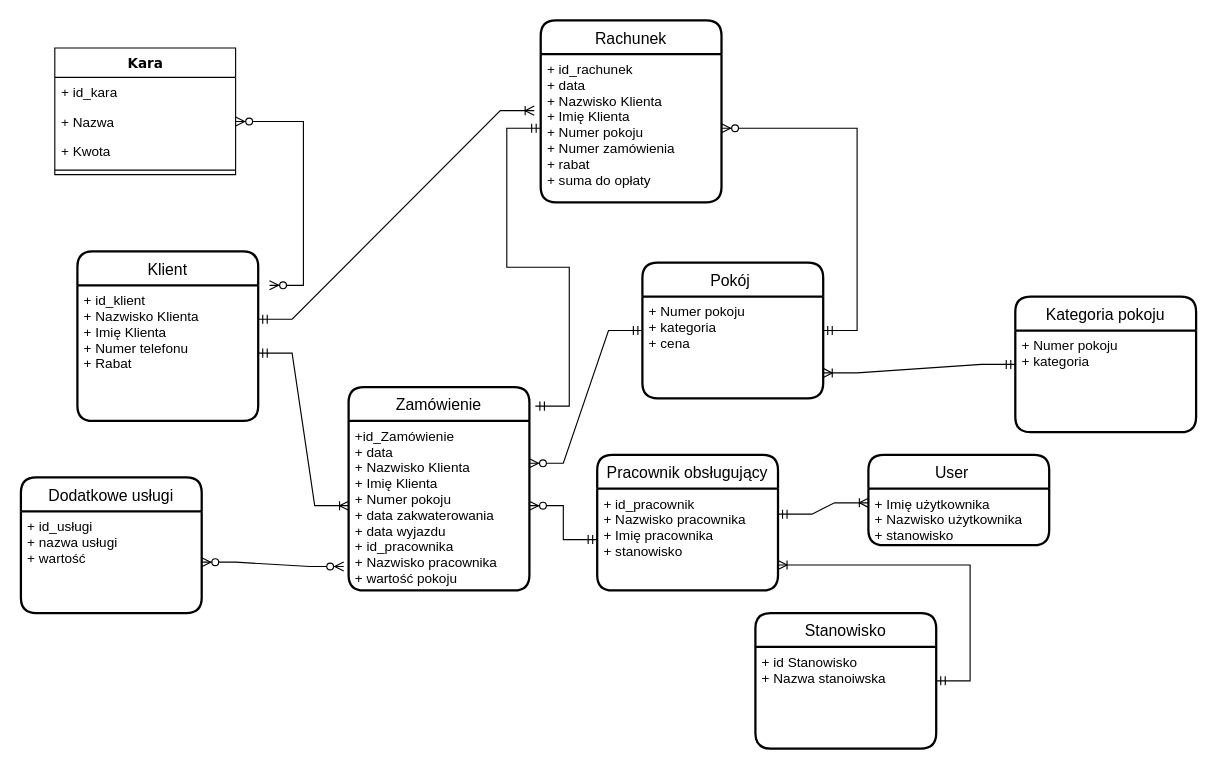
DemskyiDm/Horyzont keeps this draw.io diagram as Hotel California.drawio. Above is the earlier version. Source tidied: cells renumbered, new cells numbered last; positions are measured from the earlier drawing's top-left corner, leaving out a move shared by most shapes. Both pictures are drawn from the tidied source at 113%, with x=0, y=0 at pixel (20, 20).
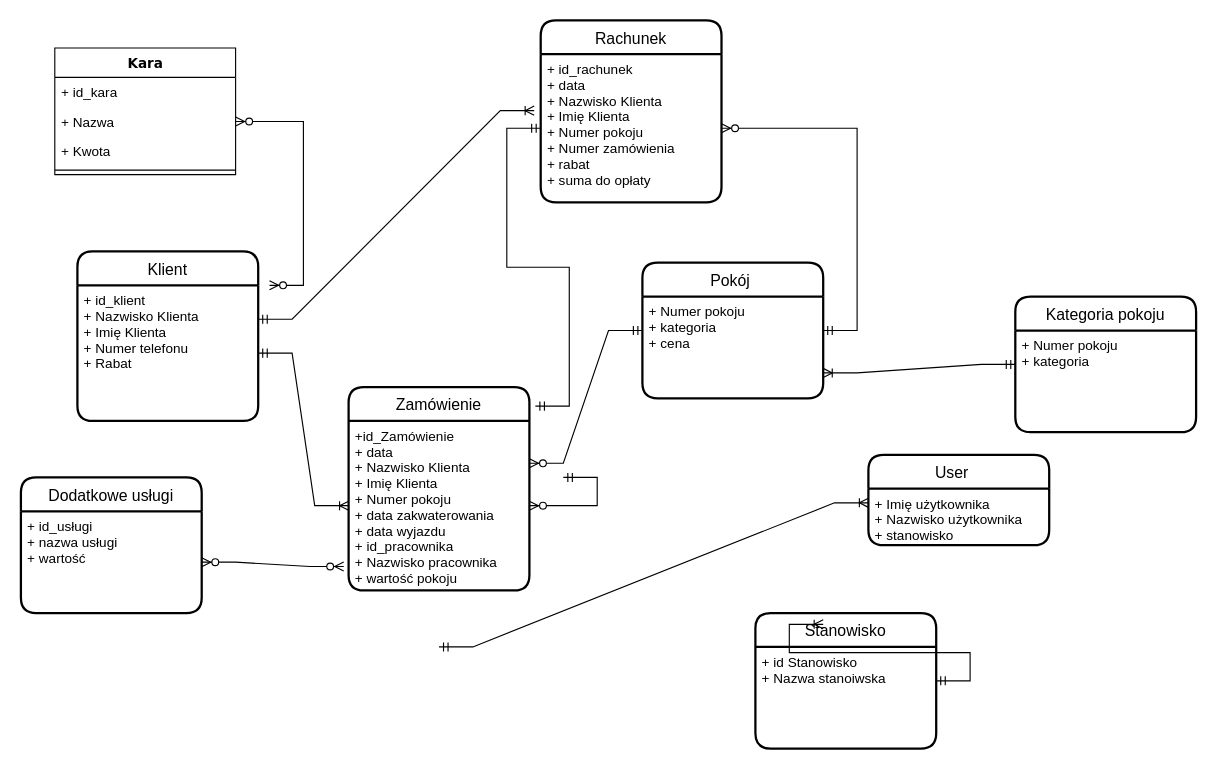
Above is the later version.

Unchanged cells that the change refers to:
```xml
<mxCell id="11" value="+id_Zamówienie&#10;+ data&#10;+ Nazwisko Klienta&#10;+ Imię Klienta&#10;+ Numer pokoju&#10;+ data zakwaterowania&#10;+ data wyjazdu&#10;+ id_pracownika&#10;+ Nazwisko pracownika&#10;+ wartość pokoju" style="align=left;strokeColor=none;fillColor=none;spacingLeft=4;fontSize=12;verticalAlign=top;" parent="10" vertex="1">
  <mxGeometry y="30" width="160" height="150" as="geometry" />
</mxCell>
<mxCell id="26" value="+ Imię użytkownika&#10;+ Nazwisko użytkownika&#10;+ stanowisko&#10;" style="align=left;strokeColor=none;fillColor=none;spacingLeft=4;fontSize=12;verticalAlign=top;" parent="25" vertex="1">
  <mxGeometry y="30" width="160" height="50" as="geometry" />
</mxCell>
<mxCell id="28" value="Stanowisko" style="swimlane;horizontal=1;startSize=30;rounded=1;fontSize=14;fontStyle=0;strokeWidth=2;shadow=0;dashed=0;align=center;" parent="1" vertex="1">
  <mxGeometry x="650" y="524" width="160" height="120" as="geometry" />
</mxCell>
```

The edit, as a diff of the source:
```diff
@@
-    <mxCell id="16" value="Pracownik obsługujący" style="swimlane;horizontal=1;startSize=30;rounded=1;fontSize=14;fontStyle=0;strokeWidth=2;shadow=0;dashed=0;align=center;" parent="1" vertex="1">
-      <mxGeometry x="510" y="384" width="160" height="120" as="geometry" />
-    </mxCell>
-    <mxCell id="17" value="+ id_pracownik&#10;+ Nazwisko pracownika&#10;+ Imię pracownika&#10;+ stanowisko&#10;" style="align=left;strokeColor=none;fillColor=none;spacingLeft=4;fontSize=12;verticalAlign=top;" parent="16" vertex="1">
-      <mxGeometry y="30" width="160" height="90" as="geometry" />
-    </mxCell>
-    <mxCell id="18" style="edgeStyle=entityRelationEdgeStyle;fontSize=12;html=1;endArrow=ERzeroToMany;startArrow=ERmandOne;rounded=0;exitX=0;exitY=0.5;exitDx=0;exitDy=0;" parent="1" edge="1" source="17" target="11">
-      <mxGeometry relative="1" as="geometry" />
+    <mxCell id="18" style="edgeStyle=entityRelationEdgeStyle;fontSize=12;html=1;endArrow=ERzeroToMany;startArrow=ERmandOne;rounded=0;exitX=0;exitY=0.5;exitDx=0;exitDy=0;" parent="1" edge="1" target="11">
+      <mxGeometry relative="1" as="geometry">
+        <mxPoint x="480" y="404" as="sourcePoint" />
+      </mxGeometry>
     </mxCell>
@@
-    <mxCell id="27" style="edgeStyle=entityRelationEdgeStyle;fontSize=12;html=1;endArrow=ERoneToMany;startArrow=ERmandOne;rounded=0;entryX=0;entryY=0.25;entryDx=0;entryDy=0;exitX=1;exitY=0.25;exitDx=0;exitDy=0;" parent="1" edge="1" source="17" target="26">
-      <mxGeometry relative="1" as="geometry" />
+    <mxCell id="27" style="edgeStyle=entityRelationEdgeStyle;fontSize=12;html=1;endArrow=ERoneToMany;startArrow=ERmandOne;rounded=0;entryX=0;entryY=0.25;entryDx=0;entryDy=0;exitX=1;exitY=0.25;exitDx=0;exitDy=0;" parent="1" edge="1" target="26">
+      <mxGeometry relative="1" as="geometry">
+        <mxPoint x="370" y="554" as="sourcePoint" />
+      </mxGeometry>
     </mxCell>
@@
-    <mxCell id="30" style="edgeStyle=entityRelationEdgeStyle;fontSize=12;html=1;endArrow=ERoneToMany;startArrow=ERmandOne;rounded=0;entryX=1;entryY=0.75;entryDx=0;entryDy=0;" parent="1" edge="1" source="28" target="17">
-      <mxGeometry relative="1" as="geometry" />
+    <mxCell id="30" style="edgeStyle=entityRelationEdgeStyle;fontSize=12;html=1;endArrow=ERoneToMany;startArrow=ERmandOne;rounded=0;entryX=1;entryY=0.75;entryDx=0;entryDy=0;" parent="1" edge="1" source="28">
+      <mxGeometry relative="1" as="geometry">
+        <mxPoint x="710" y="534" as="targetPoint" />
+      </mxGeometry>
     </mxCell>
```
